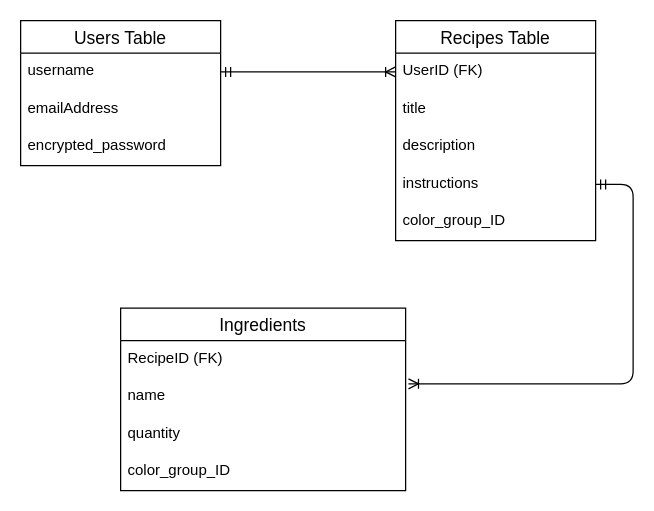
Earlier version of the draw.io diagram myrecipe.dio (Yokko405/myrecipe). Source tidied: cells renumbered, new cells numbered last; positions are measured from the earlier drawing's top-left corner, leaving out a move shared by most shapes. Both pictures are drawn from the tidied source at 125%, with x=0, y=0 at pixel (20, 20).
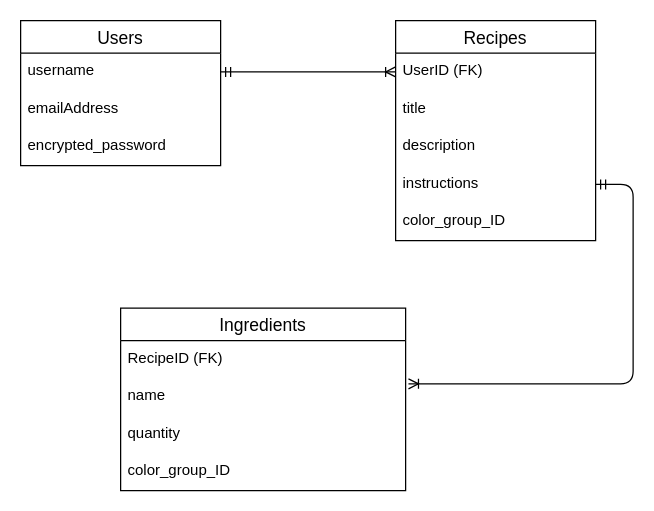
Above is the later version.

What changed in the source:
```diff
@@
 <mxGraphModel>
   <root>
     <mxCell id="0" />
     <mxCell id="1" parent="0" />
-    <mxCell id="2" value="Users Table" style="swimlane;fontStyle=0;horizontal=1;startSize=26;align=center;fontSize=14;" parent="1" vertex="1">
+    <mxCell id="2" value="Users" style="swimlane;fontStyle=0;horizontal=1;startSize=26;align=center;fontSize=14;" parent="1" vertex="1">
       <mxGeometry width="160" height="116" as="geometry" />
     </mxCell>
     <mxCell id="3" value="username" style="text;strokeColor=none;fillColor=none;spacingLeft=4;spacingRight=4;overflow=hidden;fontSize=12;" parent="2" vertex="1">
       <mxGeometry y="26" width="160" height="30" as="geometry" />
     </mxCell>
     <mxCell id="4" value="emailAddress" style="text;strokeColor=none;fillColor=none;spacingLeft=4;spacingRight=4;overflow=hidden;fontSize=12;" parent="2" vertex="1">
       <mxGeometry y="56" width="160" height="30" as="geometry" />
     </mxCell>
     <mxCell id="5" value="encrypted_password" style="text;strokeColor=none;fillColor=none;spacingLeft=4;spacingRight=4;overflow=hidden;fontSize=12;" parent="2" vertex="1">
       <mxGeometry y="86" width="160" height="30" as="geometry" />
     </mxCell>
-    <mxCell id="6" value="Recipes Table" style="swimlane;fontStyle=0;horizontal=1;startSize=26;align=center;fontSize=14;" parent="1" vertex="1">
+    <mxCell id="6" value="Recipes" style="swimlane;fontStyle=0;horizontal=1;startSize=26;align=center;fontSize=14;" parent="1" vertex="1">
       <mxGeometry x="300" width="160" height="176" as="geometry" />
     </mxCell>
     <mxCell id="7" value="UserID (FK)" style="text;strokeColor=none;fillColor=none;spacingLeft=4;spacingRight=4;overflow=hidden;points=[[0,0.5],[1,0.5]];portConstraint=eastwest;fontSize=12;" parent="6" vertex="1">
       <mxGeometry y="26" width="160" height="30" as="geometry" />
     </mxCell>
     <mxCell id="8" value=" title" style="text;strokeColor=none;fillColor=none;spacingLeft=4;spacingRight=4;overflow=hidden;fontSize=12;" parent="6" vertex="1">
       <mxGeometry y="56" width="160" height="30" as="geometry" />
     </mxCell>
     <mxCell id="9" value="description" style="text;strokeColor=none;fillColor=none;spacingLeft=4;spacingRight=4;overflow=hidden;fontSize=12;" parent="6" vertex="1">
       <mxGeometry y="86" width="160" height="30" as="geometry" />
     </mxCell>
     <mxCell id="10" value="instructions" style="text;strokeColor=none;fillColor=none;spacingLeft=4;spacingRight=4;overflow=hidden;points=[[0,0.5],[1,0.5]];portConstraint=eastwest;fontSize=12;" parent="6" vertex="1">
       <mxGeometry y="116" width="160" height="30" as="geometry" />
     </mxCell>
     <mxCell id="11" value="color_group_ID" style="text;strokeColor=none;fillColor=none;spacingLeft=4;spacingRight=4;overflow=hidden;fontSize=12;" parent="6" vertex="1">
       <mxGeometry y="146" width="160" height="30" as="geometry" />
     </mxCell>
     <mxCell id="12" value="Ingredients" style="swimlane;fontStyle=0;horizontal=1;startSize=26;align=center;fontSize=14;" parent="1" vertex="1">
       <mxGeometry x="80" y="230" width="228" height="146" as="geometry" />
     </mxCell>
     <mxCell id="13" value="RecipeID (FK)" style="text;strokeColor=none;fillColor=none;spacingLeft=4;spacingRight=4;overflow=hidden;points=[[0,0.5],[1,0.5]];portConstraint=eastwest;fontSize=12;" parent="12" vertex="1">
       <mxGeometry y="26" width="228" height="30" as="geometry" />
     </mxCell>
     <mxCell id="14" value="name" style="text;strokeColor=none;fillColor=none;spacingLeft=4;spacingRight=4;overflow=hidden;fontSize=12;" parent="12" vertex="1">
       <mxGeometry y="56" width="228" height="30" as="geometry" />
     </mxCell>
     <mxCell id="15" value="quantity" style="text;strokeColor=none;fillColor=none;spacingLeft=4;spacingRight=4;overflow=hidden;fontSize=12;" parent="12" vertex="1">
       <mxGeometry y="86" width="228" height="30" as="geometry" />
     </mxCell>
     <mxCell id="16" value="color_group_ID" style="text;strokeColor=none;fillColor=none;spacingLeft=4;spacingRight=4;overflow=hidden;fontSize=12;" parent="12" vertex="1">
       <mxGeometry y="116" width="228" height="30" as="geometry" />
     </mxCell>
     <mxCell id="17" style="edgeStyle=entityRelationEdgeStyle;fontSize=12;html=1;endArrow=ERoneToMany;startArrow=ERmandOne;exitX=1;exitY=0.5;exitDx=0;exitDy=0;entryX=0;entryY=0.5;entryDx=0;entryDy=0;" parent="1" edge="1" target="7">
       <mxGeometry relative="1" as="geometry">
         <mxPoint x="160" y="41" as="sourcePoint" />
       </mxGeometry>
     </mxCell>
     <mxCell id="18" style="edgeStyle=entityRelationEdgeStyle;fontSize=12;html=1;endArrow=ERoneToMany;startArrow=ERmandOne;entryX=1.01;entryY=1.153;entryDx=0;entryDy=0;entryPerimeter=0;" parent="1" edge="1" source="10" target="13">
       <mxGeometry relative="1" as="geometry" />
     </mxCell>
   </root>
 </mxGraphModel>
```
